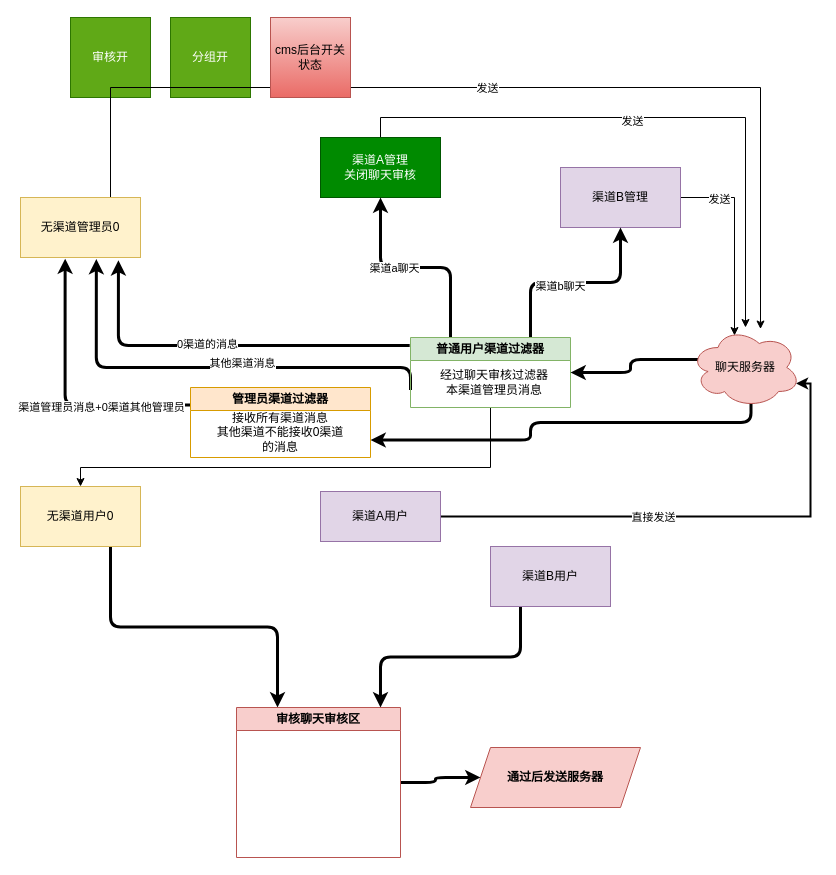
This is page "渠道审核差异化情况" (3 of 3) of 渠道关闭+审核开启.drawio from mark0758/ajax, a draw.io file, before an edit. Source tidied: cells renumbered, new cells numbered last; positions are measured from the earlier drawing's top-left corner, leaving out a move shared by most shapes. Both pictures are drawn from the tidied source at 100%, with x=0, y=0 at pixel (20, 17).
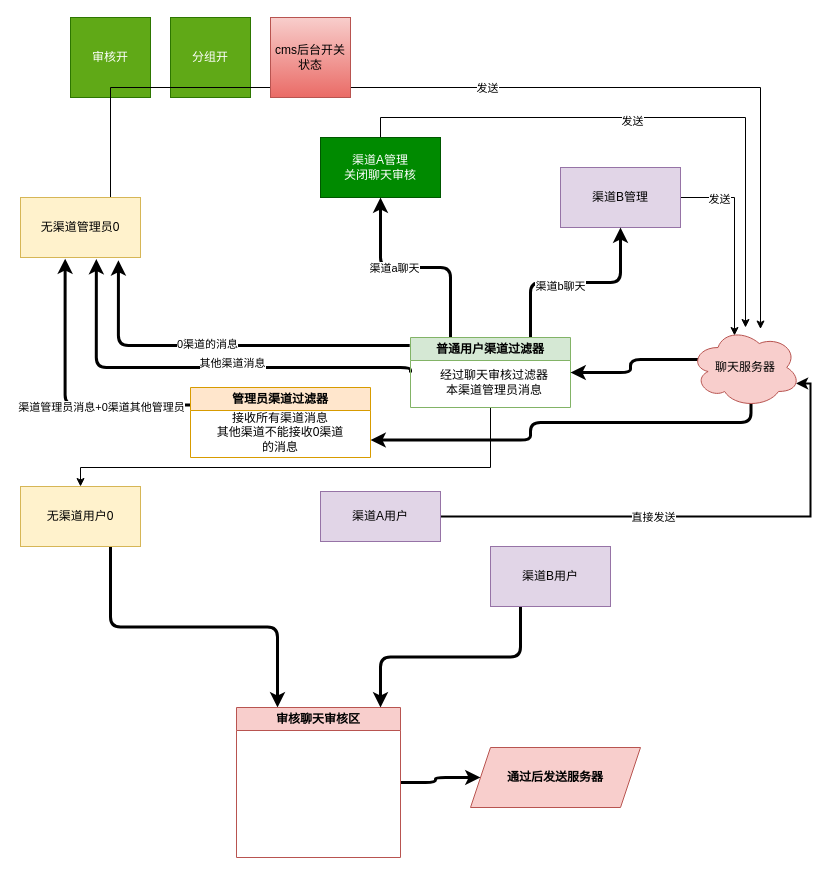
After the change.

The change refers to these unchanged cells:
```xml
<mxCell id="6" value="无渠道管理员0" style="rounded=0;whiteSpace=wrap;html=1;fillColor=#fff2cc;strokeColor=#d6b656;" parent="1" vertex="1">
  <mxGeometry y="180" width="120" height="60" as="geometry" />
</mxCell>
<mxCell id="29" value="普通用户渠道过滤器" style="swimlane;whiteSpace=wrap;html=1;fillColor=#d5e8d4;strokeColor=#82b366;" parent="1" vertex="1">
  <mxGeometry x="390" y="320" width="160" height="70" as="geometry" />
</mxCell>
```

Diff of the diagram source:
```diff
@@
-    <mxCell id="26" style="edgeStyle=orthogonalEdgeStyle;rounded=1;jettySize=auto;html=1;exitX=0;exitY=0.75;exitDx=0;exitDy=0;entryX=0.632;entryY=1.027;entryDx=0;entryDy=0;entryPerimeter=0;strokeWidth=3;" parent="1" edge="1" source="29" target="6">
+    <mxCell id="26" style="edgeStyle=orthogonalEdgeStyle;rounded=1;jettySize=auto;html=1;exitX=0;exitY=0.5;exitDx=0;exitDy=0;entryX=0.632;entryY=1.027;entryDx=0;entryDy=0;entryPerimeter=0;strokeWidth=3;" parent="1" edge="1" source="29" target="6">
       <mxGeometry relative="1" as="geometry">
         <Array as="points">
           <mxPoint x="390" y="350" />
           <mxPoint x="76" y="350" />
         </Array>
       </mxGeometry>
     </mxCell>
```
